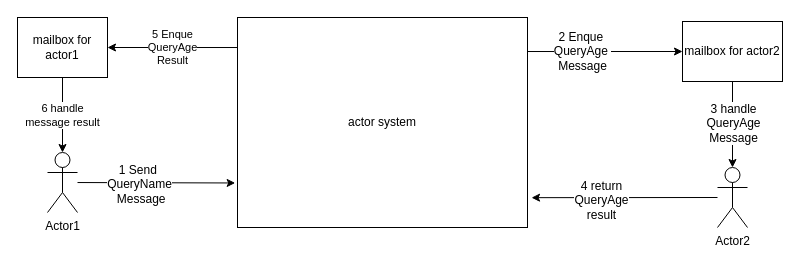
Earlier version of the draw.io diagram content/ETGame/actor流程图.drawio (polariseye/article). Source tidied: cells renumbered, new cells numbered last; positions are measured from the earlier drawing's top-left corner, leaving out a move shared by most shapes. Both pictures are drawn from the tidied source at 100%, with x=0, y=0 at pixel (17, 17).
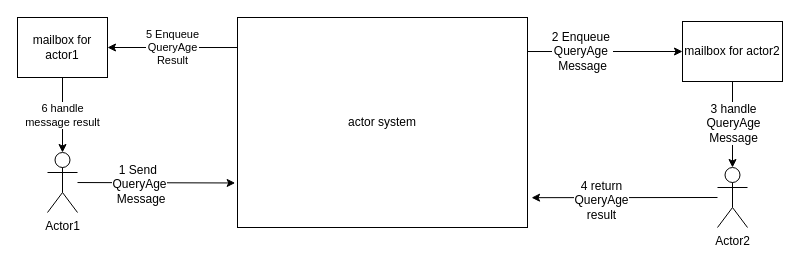
After the change.

Change to the diagram source:
```diff
@@
 <mxGraphModel background="#ffffff">
   <root>
     <mxCell id="0" />
     <mxCell id="1" parent="0" />
     <mxCell id="2" style="rounded=0;jettySize=auto;html=1;entryX=-0.008;entryY=0.788;entryDx=0;entryDy=0;entryPerimeter=0;" parent="1" edge="1" source="4" target="11">
       <mxGeometry relative="1" as="geometry" />
     </mxCell>
-    <mxCell id="3" value="1 Send&amp;nbsp;&lt;br&gt;QueryName&lt;br&gt;&amp;nbsp;Message&lt;br&gt;" style="text;html=1;align=center;verticalAlign=middle;labelBackgroundColor=#ffffff;" parent="2" vertex="1">
+    <mxCell id="3" value="1 Send&amp;nbsp;&lt;br&gt;QueryAge&lt;br&gt;&amp;nbsp;Message&lt;br&gt;" style="text;html=1;align=center;verticalAlign=middle;labelBackgroundColor=#ffffff;" parent="2" vertex="1">
       <mxGeometry x="-0.21" y="-1" relative="1" as="geometry" />
     </mxCell>
     <mxCell id="4" value="Actor1" style="shape=umlActor;verticalLabelPosition=bottom;labelBackgroundColor=#ffffff;verticalAlign=top;html=1;outlineConnect=0;" parent="1" vertex="1">
       <mxGeometry x="30" y="135" width="30" height="60" as="geometry" />
     </mxCell>
     <mxCell id="5" style="edgeStyle=none;rounded=0;jettySize=auto;html=1;entryX=1.014;entryY=0.858;entryDx=0;entryDy=0;entryPerimeter=0;" parent="1" edge="1" source="7" target="11">
       <mxGeometry relative="1" as="geometry" />
     </mxCell>
     <mxCell id="6" value="&amp;nbsp;4 return&amp;nbsp;&lt;br&gt;QueryAge&lt;br&gt;result&lt;br&gt;" style="text;html=1;align=center;verticalAlign=middle;labelBackgroundColor=#ffffff;" parent="5" vertex="1">
       <mxGeometry x="0.26" y="2" relative="1" as="geometry" />
     </mxCell>
     <mxCell id="7" value="Actor2" style="shape=umlActor;verticalLabelPosition=bottom;labelBackgroundColor=#ffffff;verticalAlign=top;html=1;outlineConnect=0;" parent="1" vertex="1">
       <mxGeometry x="700" y="150" width="30" height="60" as="geometry" />
     </mxCell>
     <mxCell id="8" style="edgeStyle=none;rounded=0;jettySize=auto;html=1;entryX=0;entryY=0.5;entryDx=0;entryDy=0;exitX=1;exitY=0.162;exitDx=0;exitDy=0;exitPerimeter=0;" parent="1" edge="1" source="11" target="16">
       <mxGeometry relative="1" as="geometry" />
     </mxCell>
-    <mxCell id="9" value="2 Enque&amp;nbsp;&lt;br&gt;QueryAge&amp;nbsp;&lt;br&gt;Message&lt;br&gt;" style="text;html=1;align=center;verticalAlign=middle;labelBackgroundColor=#ffffff;" parent="8" vertex="1">
+    <mxCell id="9" value="2 Enqueue&amp;nbsp;&lt;br&gt;QueryAge&amp;nbsp;&lt;br&gt;Message&lt;br&gt;" style="text;html=1;align=center;verticalAlign=middle;labelBackgroundColor=#ffffff;" parent="8" vertex="1">
       <mxGeometry x="-0.29" y="1" relative="1" as="geometry" />
     </mxCell>
-    <mxCell id="10" value="5 Enque&lt;br&gt;QueryAge&lt;br&gt;Result" style="edgeStyle=none;rounded=0;jettySize=auto;html=1;entryX=1;entryY=0.5;entryDx=0;entryDy=0;exitX=0;exitY=0.143;exitDx=0;exitDy=0;exitPerimeter=0;" parent="1" edge="1" source="11" target="13">
+    <mxCell id="10" value="5 Enqueue&lt;br&gt;QueryAge&lt;br&gt;Result" style="edgeStyle=none;rounded=0;jettySize=auto;html=1;entryX=1;entryY=0.5;entryDx=0;entryDy=0;exitX=0;exitY=0.143;exitDx=0;exitDy=0;exitPerimeter=0;" parent="1" edge="1" source="11" target="13">
       <mxGeometry relative="1" as="geometry" />
     </mxCell>
     <mxCell id="11" value="actor system" style="rounded=0;whiteSpace=wrap;html=1;" parent="1" vertex="1">
       <mxGeometry x="220" width="290" height="210" as="geometry" />
     </mxCell>
     <mxCell id="12" value="6 handle&lt;br&gt;message result&lt;br&gt;" style="edgeStyle=none;rounded=0;jettySize=auto;html=1;entryX=0.5;entryY=0;entryDx=0;entryDy=0;entryPerimeter=0;" parent="1" edge="1" source="13" target="4">
       <mxGeometry relative="1" as="geometry" />
     </mxCell>
     <mxCell id="13" value="mailbox for actor1" style="rounded=0;whiteSpace=wrap;html=1;" parent="1" vertex="1">
       <mxGeometry width="90" height="60" as="geometry" />
     </mxCell>
     <mxCell id="14" style="edgeStyle=none;rounded=0;jettySize=auto;html=1;" parent="1" edge="1" source="16" target="7">
       <mxGeometry relative="1" as="geometry" />
     </mxCell>
     <mxCell id="15" value="3 handle&lt;br&gt;QueryAge&lt;br&gt;Message&lt;br&gt;" style="text;html=1;align=center;verticalAlign=middle;labelBackgroundColor=#ffffff;" parent="14" vertex="1">
       <mxGeometry x="-0.49" relative="1" as="geometry">
         <mxPoint y="19" as="offset" />
       </mxGeometry>
     </mxCell>
     <mxCell id="16" value="mailbox for actor2" style="rounded=0;whiteSpace=wrap;html=1;" parent="1" vertex="1">
       <mxGeometry x="665" y="4" width="100" height="60" as="geometry" />
     </mxCell>
   </root>
 </mxGraphModel>
```
